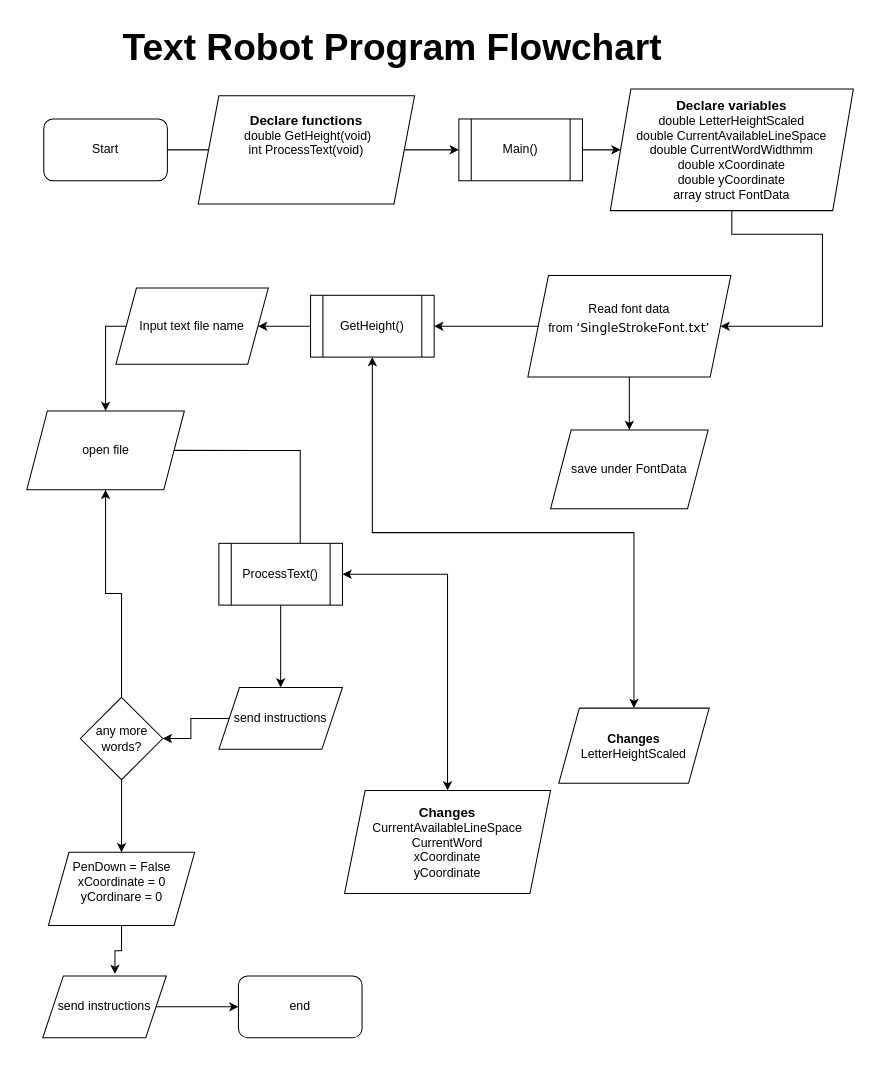
Above: page "Page-1" (1 of 3) of TextRobotFlowchart.drawio in hanifadelekan/TextRobotPlanning (draw.io), before the change. Source tidied: cells renumbered, new cells numbered last; positions are measured from the earlier drawing's top-left corner, leaving out a move shared by most shapes. Both pictures are drawn from the tidied source at 103%, with x=0, y=0 at pixel (27, 18).
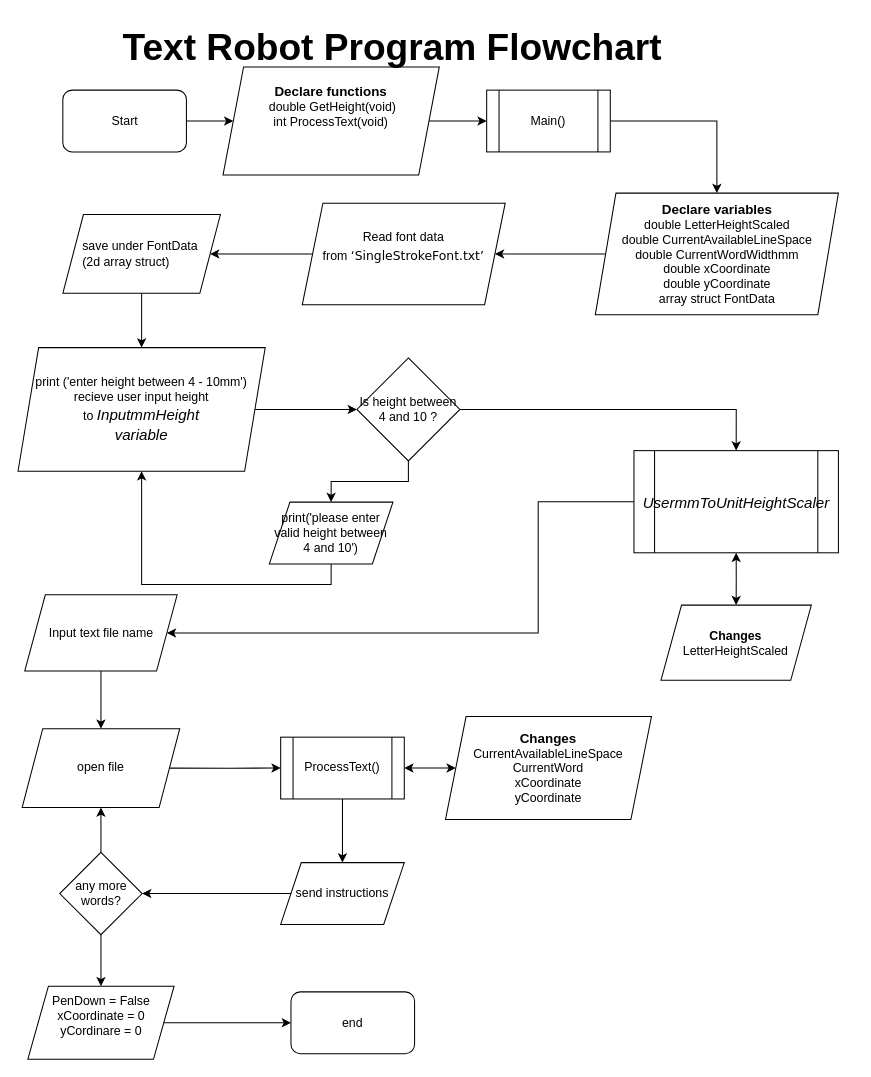
The same diagram, later.

Change to the diagram source:
```diff
@@
-    <mxCell id="2" style="edgeStyle=orthogonalEdgeStyle;rounded=0;jettySize=auto;html=1;exitX=1;exitY=0.5;exitDx=0;exitDy=0;entryX=0;entryY=0.5;entryDx=0;entryDy=0;" parent="1" edge="1" source="3">
-      <mxGeometry relative="1" as="geometry">
-        <mxPoint x="233.8" y="128" as="targetPoint" />
-      </mxGeometry>
+    <mxCell id="2" style="edgeStyle=orthogonalEdgeStyle;rounded=0;jettySize=auto;html=1;exitX=1;exitY=0.5;exitDx=0;exitDy=0;entryX=0;entryY=0.5;entryDx=0;entryDy=0;" parent="1" edge="1" source="3" target="5">
+      <mxGeometry relative="1" as="geometry" />
     </mxCell>
     <mxCell id="3" value="Start" style="rounded=1;whiteSpace=wrap;html=1;" parent="1" vertex="1">
-      <mxGeometry x="16" y="98" width="120" height="60" as="geometry" />
+      <mxGeometry x="34.5" y="70" width="120" height="60" as="geometry" />
     </mxCell>
@@
     <mxCell id="5" value="&lt;b&gt;&lt;font style=&quot;font-size: 13px;&quot;&gt;Declare functions&lt;/font&gt;&lt;/b&gt;&lt;div&gt;&amp;nbsp;double GetHeight(void)&lt;/div&gt;&lt;div&gt;int ProcessText(void)&lt;br&gt;&lt;div&gt;&lt;br&gt;&lt;/div&gt;&lt;/div&gt;&lt;div&gt;&lt;br&gt;&lt;/div&gt;" style="whiteSpace=wrap;html=1;rounded=0;shape=parallelogram;backgroundOutline=1;perimeter=parallelogramPerimeter;fixedSize=1;" parent="1" vertex="1">
-      <mxGeometry x="166" y="75.5" width="210" height="105" as="geometry" />
+      <mxGeometry x="190" y="47.5" width="210" height="105" as="geometry" />
     </mxCell>
@@
     <mxCell id="7" style="edgeStyle=orthogonalEdgeStyle;rounded=0;jettySize=auto;html=1;exitX=0;exitY=0.5;exitDx=0;exitDy=0;entryX=1;entryY=0.5;entryDx=0;entryDy=0;" parent="1" edge="1" source="8" target="24">
-      <mxGeometry relative="1" as="geometry" />
+      <mxGeometry relative="1" as="geometry">
+        <Array as="points">
+          <mxPoint x="496" y="470" />
+          <mxPoint x="496" y="597" />
+        </Array>
+      </mxGeometry>
     </mxCell>
-    <mxCell id="8" value="GetHeight()" style="shape=process;whiteSpace=wrap;html=1;backgroundOutline=1;" parent="1" vertex="1">
-      <mxGeometry x="275" y="269.2" width="120" height="60" as="geometry" />
+    <mxCell id="8" value="&lt;i style=&quot;font-size: medium; text-align: start;&quot;&gt;&lt;span style=&quot;font-size: 11pt; line-height: 16.1333px; font-family: Calibri, sans-serif;&quot;&gt;UsermmToUnitHeightScaler&lt;/span&gt;&lt;/i&gt;&lt;span style=&quot;font-size: medium; text-align: start;&quot;&gt;&lt;/span&gt;" style="shape=process;whiteSpace=wrap;html=1;backgroundOutline=1;" parent="1" vertex="1">
+      <mxGeometry x="589" y="420" width="198.5" height="99.2" as="geometry" />
     </mxCell>
-    <mxCell id="9" style="edgeStyle=orthogonalEdgeStyle;rounded=0;jettySize=auto;html=1;entryX=0.5;entryY=0;entryDx=0;entryDy=0;exitX=1;exitY=0.5;exitDx=0;exitDy=0;" parent="1" edge="1" source="20">
-      <mxGeometry relative="1" as="geometry">
-        <mxPoint x="265" y="566" as="targetPoint" />
-        <Array as="points">
-          <mxPoint x="265" y="420" />
-        </Array>
-      </mxGeometry>
-    </mxCell>
@@
-    <mxCell id="11" style="edgeStyle=orthogonalEdgeStyle;rounded=0;jettySize=auto;html=1;exitX=1;exitY=0.5;exitDx=0;exitDy=0;entryX=0.5;entryY=0;entryDx=0;entryDy=0;startArrow=classic;startFill=1;" parent="1" edge="1" source="12" target="21">
+    <mxCell id="11" style="edgeStyle=orthogonalEdgeStyle;rounded=0;jettySize=auto;html=1;exitX=1;exitY=0.5;exitDx=0;exitDy=0;entryX=0;entryY=0.5;entryDx=0;entryDy=0;startArrow=classic;startFill=1;" parent="1" edge="1" source="12" target="21">
       <mxGeometry relative="1" as="geometry" />
     </mxCell>
     <mxCell id="12" value="ProcessText()" style="shape=process;whiteSpace=wrap;html=1;backgroundOutline=1;" parent="1" vertex="1">
-      <mxGeometry x="186" y="510" width="120" height="60" as="geometry" />
+      <mxGeometry x="246" y="698.2" width="120" height="60" as="geometry" />
     </mxCell>
@@
     <mxCell id="15" value="any more words?" style="rhombus;whiteSpace=wrap;html=1;" parent="1" vertex="1">
-      <mxGeometry x="51.5" y="659.5" width="80" height="80" as="geometry" />
+      <mxGeometry x="31.5" y="810" width="80" height="80" as="geometry" />
     </mxCell>
@@
     <mxCell id="17" value="send instructions" style="shape=parallelogram;perimeter=parallelogramPerimeter;whiteSpace=wrap;html=1;fixedSize=1;" parent="1" vertex="1">
-      <mxGeometry x="186" y="650" width="120" height="60" as="geometry" />
+      <mxGeometry x="246" y="820" width="120" height="60" as="geometry" />
     </mxCell>
+    <mxCell id="37" style="edgeStyle=orthogonalEdgeStyle;rounded=0;jettySize=auto;html=1;exitX=1;exitY=0.5;exitDx=0;exitDy=0;entryX=0;entryY=0.5;entryDx=0;entryDy=0;" parent="1" edge="1" source="18" target="19">
+      <mxGeometry relative="1" as="geometry" />
+    </mxCell>
     <mxCell id="18" value="&lt;div&gt;PenDown = False&lt;br&gt;&lt;/div&gt;xCoordinate = 0&lt;div&gt;yCordinare = 0&lt;/div&gt;&lt;div&gt;&lt;br&gt;&lt;/div&gt;" style="shape=parallelogram;perimeter=parallelogramPerimeter;whiteSpace=wrap;html=1;fixedSize=1;" parent="1" vertex="1">
-      <mxGeometry x="20.5" y="810" width="142" height="71" as="geometry" />
+      <mxGeometry x="0.5" y="940" width="142" height="71" as="geometry" />
     </mxCell>
     <mxCell id="19" value="end" style="rounded=1;whiteSpace=wrap;html=1;" parent="1" vertex="1">
-      <mxGeometry x="205" y="930" width="120" height="60" as="geometry" />
+      <mxGeometry x="256" y="945.5" width="120" height="60" as="geometry" />
     </mxCell>
+    <mxCell id="38" style="edgeStyle=orthogonalEdgeStyle;rounded=0;jettySize=auto;html=1;exitX=1;exitY=0.5;exitDx=0;exitDy=0;" parent="1" edge="1" source="20" target="12">
+      <mxGeometry relative="1" as="geometry" />
+    </mxCell>
     <mxCell id="20" value="open file" style="shape=parallelogram;perimeter=parallelogramPerimeter;whiteSpace=wrap;html=1;fixedSize=1;" parent="1" vertex="1">
-      <mxGeometry x="-0.5" y="381.5" width="153" height="76.5" as="geometry" />
+      <mxGeometry x="-5" y="690" width="153" height="76.5" as="geometry" />
     </mxCell>
     <mxCell id="21" value="&lt;b&gt;&lt;font style=&quot;font-size: 13px;&quot;&gt;Changes&lt;/font&gt;&lt;/b&gt;&lt;div&gt;CurrentAvailableLineSpace&lt;/div&gt;&lt;div&gt;CurrentWord&lt;br&gt;&lt;div&gt;xCoordinate&lt;/div&gt;&lt;div&gt;yCoordinate&lt;/div&gt;&lt;/div&gt;" style="shape=parallelogram;perimeter=parallelogramPerimeter;whiteSpace=wrap;html=1;fixedSize=1;" parent="1" vertex="1">
-      <mxGeometry x="308" y="750" width="200" height="100" as="geometry" />
+      <mxGeometry x="406" y="678.2" width="200" height="100" as="geometry" />
     </mxCell>
     <mxCell id="22" value="&lt;b&gt;Changes&lt;/b&gt;&lt;div&gt;LetterHeightScaled&lt;br&gt;&lt;/div&gt;" style="shape=parallelogram;perimeter=parallelogramPerimeter;whiteSpace=wrap;html=1;fixedSize=1;" parent="1" vertex="1">
-      <mxGeometry x="516" y="670" width="146" height="73" as="geometry" />
+      <mxGeometry x="615.2" y="570" width="146" height="73" as="geometry" />
     </mxCell>
-    <mxCell id="23" style="edgeStyle=orthogonalEdgeStyle;rounded=0;jettySize=auto;html=1;exitX=0;exitY=0.5;exitDx=0;exitDy=0;entryX=0.5;entryY=0;entryDx=0;entryDy=0;" parent="1" edge="1" source="24" target="20">
-      <mxGeometry relative="1" as="geometry">
-        <Array as="points">
-          <mxPoint x="76" y="299" />
-        </Array>
-      </mxGeometry>
+    <mxCell id="23" style="edgeStyle=orthogonalEdgeStyle;rounded=0;jettySize=auto;html=1;exitX=0.5;exitY=1;exitDx=0;exitDy=0;entryX=0.5;entryY=0;entryDx=0;entryDy=0;" parent="1" edge="1" source="24" target="20">
+      <mxGeometry relative="1" as="geometry" />
     </mxCell>
     <mxCell id="24" value="Input text file name" style="shape=parallelogram;perimeter=parallelogramPerimeter;whiteSpace=wrap;html=1;fixedSize=1;" parent="1" vertex="1">
-      <mxGeometry x="86" y="262.2" width="148" height="74" as="geometry" />
+      <mxGeometry x="-2.5" y="560" width="148" height="74" as="geometry" />
     </mxCell>
@@
-    <mxCell id="26" style="edgeStyle=orthogonalEdgeStyle;rounded=0;jettySize=auto;html=1;exitX=1;exitY=0.5;exitDx=0;exitDy=0;entryX=0;entryY=0.5;entryDx=0;entryDy=0;" parent="1" edge="1" source="27" target="29">
+    <mxCell id="26" style="edgeStyle=orthogonalEdgeStyle;rounded=0;jettySize=auto;html=1;exitX=1;exitY=0.5;exitDx=0;exitDy=0;entryX=0.5;entryY=0;entryDx=0;entryDy=0;" parent="1" edge="1" source="27" target="29">
       <mxGeometry relative="1" as="geometry" />
     </mxCell>
     <mxCell id="27" value="Main()" style="rounded=0;whiteSpace=wrap;html=1;shape=process;backgroundOutline=1;" parent="1" vertex="1">
-      <mxGeometry x="419" y="98" width="120" height="60" as="geometry" />
+      <mxGeometry x="446" y="70" width="120" height="60" as="geometry" />
     </mxCell>
-    <mxCell id="28" style="edgeStyle=orthogonalEdgeStyle;rounded=0;jettySize=auto;html=1;exitX=0.5;exitY=1;exitDx=0;exitDy=0;entryX=1;entryY=0.5;entryDx=0;entryDy=0;" parent="1" edge="1" source="29" target="35">
-      <mxGeometry relative="1" as="geometry">
-        <Array as="points">
-          <mxPoint x="684" y="210" />
-          <mxPoint x="772" y="210" />
-          <mxPoint x="772" y="299" />
-        </Array>
-      </mxGeometry>
+    <mxCell id="28" style="edgeStyle=orthogonalEdgeStyle;rounded=0;jettySize=auto;html=1;exitX=0;exitY=0.5;exitDx=0;exitDy=0;entryX=1;entryY=0.5;entryDx=0;entryDy=0;" parent="1" edge="1" source="29" target="35">
+      <mxGeometry relative="1" as="geometry" />
     </mxCell>
     <mxCell id="29" value="&lt;b&gt;&lt;font style=&quot;font-size: 13px;&quot;&gt;Declare variables&lt;/font&gt;&lt;/b&gt;&lt;div&gt;double LetterHeightScaled&lt;/div&gt;&lt;div&gt;double CurrentAvailableLineSpace&lt;/div&gt;&lt;div&gt;double CurrentWordWidthmm&lt;/div&gt;&lt;div&gt;double xCoordinate&lt;/div&gt;&lt;div&gt;double yCoordinate&lt;/div&gt;&lt;div&gt;array struct FontData&lt;/div&gt;" style="shape=parallelogram;perimeter=parallelogramPerimeter;whiteSpace=wrap;html=1;fixedSize=1;rounded=0;" parent="1" vertex="1">
-      <mxGeometry x="566" y="69" width="236" height="118" as="geometry" />
+      <mxGeometry x="551.5" y="170" width="236" height="118" as="geometry" />
     </mxCell>
-    <mxCell id="30" style="edgeStyle=orthogonalEdgeStyle;rounded=0;jettySize=auto;html=1;exitX=1;exitY=0.5;exitDx=0;exitDy=0;" parent="1" edge="1" source="31" target="19">
-      <mxGeometry relative="1" as="geometry" />
-    </mxCell>
-    <mxCell id="31" value="send instructions" style="shape=parallelogram;perimeter=parallelogramPerimeter;whiteSpace=wrap;html=1;fixedSize=1;" parent="1" vertex="1">
-      <mxGeometry x="15" y="930" width="120" height="60" as="geometry" />
-    </mxCell>
-    <mxCell id="32" style="edgeStyle=orthogonalEdgeStyle;rounded=0;jettySize=auto;html=1;exitX=0.5;exitY=1;exitDx=0;exitDy=0;entryX=0.584;entryY=-0.031;entryDx=0;entryDy=0;entryPerimeter=0;" parent="1" edge="1" source="18" target="31">
-      <mxGeometry relative="1" as="geometry" />
-    </mxCell>
-    <mxCell id="33" style="edgeStyle=orthogonalEdgeStyle;rounded=0;jettySize=auto;html=1;startArrow=none;startFill=0;" parent="1" edge="1" source="35" target="36">
+    <mxCell id="33" style="edgeStyle=orthogonalEdgeStyle;rounded=0;jettySize=auto;html=1;startArrow=none;startFill=0;entryX=1;entryY=0.5;entryDx=0;entryDy=0;" parent="1" edge="1" source="35" target="36">
       <mxGeometry relative="1" as="geometry" />
     </mxCell>
-    <mxCell id="34" style="edgeStyle=orthogonalEdgeStyle;rounded=0;jettySize=auto;html=1;exitX=0;exitY=0.5;exitDx=0;exitDy=0;entryX=1;entryY=0.5;entryDx=0;entryDy=0;" parent="1" edge="1" source="35" target="8">
-      <mxGeometry relative="1" as="geometry" />
-    </mxCell>
     <mxCell id="35" value="Read font data from&amp;nbsp;&lt;span style=&quot;text-align: start; line-height: 14.2667px; font-family: Verdana, sans-serif;&quot;&gt;&lt;font&gt;‘SingleStrokeFont.txt’&lt;/font&gt;&lt;/span&gt;&lt;span style=&quot;font-size: medium; text-align: start;&quot;&gt;&lt;/span&gt;&lt;div style=&quot;text-align: start;&quot;&gt;&lt;br&gt;&lt;/div&gt;" style="shape=parallelogram;perimeter=parallelogramPerimeter;whiteSpace=wrap;html=1;fixedSize=1;" parent="1" vertex="1">
-      <mxGeometry x="486" y="250" width="197" height="98.5" as="geometry" />
+      <mxGeometry x="267" y="179.8" width="197" height="98.5" as="geometry" />
     </mxCell>
+    <mxCell id="39" style="edgeStyle=orthogonalEdgeStyle;rounded=0;jettySize=auto;html=1;exitX=0.5;exitY=1;exitDx=0;exitDy=0;entryX=0.5;entryY=0;entryDx=0;entryDy=0;" parent="1" edge="1" source="36" target="41">
+      <mxGeometry relative="1" as="geometry" />
+    </mxCell>
-    <mxCell id="36" value="&lt;div style=&quot;text-align: start;&quot;&gt;save under FontData&lt;/div&gt;" style="shape=parallelogram;perimeter=parallelogramPerimeter;whiteSpace=wrap;html=1;fixedSize=1;" parent="1" vertex="1">
-      <mxGeometry x="508" y="400" width="153" height="76.5" as="geometry" />
+    <mxCell id="36" value="&lt;div style=&quot;text-align: start;&quot;&gt;save under FontData&amp;nbsp;&lt;/div&gt;&lt;div style=&quot;text-align: start;&quot;&gt;(2d array struct)&lt;/div&gt;" style="shape=parallelogram;perimeter=parallelogramPerimeter;whiteSpace=wrap;html=1;fixedSize=1;" parent="1" vertex="1">
+      <mxGeometry x="34.5" y="190.8" width="153" height="76.5" as="geometry" />
     </mxCell>
+    <mxCell id="40" style="edgeStyle=orthogonalEdgeStyle;rounded=0;jettySize=auto;html=1;exitX=1;exitY=0.5;exitDx=0;exitDy=0;entryX=0;entryY=0.5;entryDx=0;entryDy=0;" parent="1" edge="1" source="41" target="44">
+      <mxGeometry relative="1" as="geometry" />
+    </mxCell>
+    <mxCell id="41" value="print ('enter height between 4 - 10mm')&lt;div&gt;recieve user input height to&amp;nbsp;&lt;i style=&quot;background-color: initial; font-size: medium; text-align: start;&quot;&gt;&lt;span style=&quot;font-size: 11pt; line-height: 16.1333px; font-family: Calibri, sans-serif;&quot;&gt;InputmmHeight&lt;/span&gt;&lt;/i&gt;&lt;/div&gt;&lt;div&gt;&lt;i style=&quot;background-color: initial; font-size: medium; text-align: start;&quot;&gt;&lt;span style=&quot;font-size: 11pt; line-height: 16.1333px; font-family: Calibri, sans-serif;&quot;&gt;variable&lt;/span&gt;&lt;/i&gt;&lt;/div&gt;&lt;span style=&quot;font-size: medium; text-align: start;&quot;&gt;&lt;/span&gt;" style="shape=parallelogram;perimeter=parallelogramPerimeter;whiteSpace=wrap;html=1;fixedSize=1;" parent="1" vertex="1">
+      <mxGeometry x="-9" y="320" width="240" height="120" as="geometry" />
+    </mxCell>
+    <mxCell id="42" style="edgeStyle=orthogonalEdgeStyle;rounded=0;jettySize=auto;html=1;exitX=0.5;exitY=1;exitDx=0;exitDy=0;entryX=0.5;entryY=0;entryDx=0;entryDy=0;" parent="1" edge="1" source="44" target="46">
+      <mxGeometry relative="1" as="geometry" />
+    </mxCell>
+    <mxCell id="43" style="edgeStyle=orthogonalEdgeStyle;rounded=0;jettySize=auto;html=1;exitX=1;exitY=0.5;exitDx=0;exitDy=0;entryX=0.5;entryY=0;entryDx=0;entryDy=0;" parent="1" edge="1" source="44" target="8">
+      <mxGeometry relative="1" as="geometry" />
+    </mxCell>
+    <mxCell id="44" value="Is height between 4 and 10 ?" style="rhombus;whiteSpace=wrap;html=1;" parent="1" vertex="1">
+      <mxGeometry x="320" y="330" width="100" height="100" as="geometry" />
+    </mxCell>
+    <mxCell id="45" style="edgeStyle=orthogonalEdgeStyle;rounded=0;jettySize=auto;html=1;exitX=0.5;exitY=1;exitDx=0;exitDy=0;entryX=0.5;entryY=1;entryDx=0;entryDy=0;" parent="1" edge="1" source="46" target="41">
+      <mxGeometry relative="1" as="geometry" />
+    </mxCell>
+    <mxCell id="46" value="print('please enter valid height between 4 and 10')" style="shape=parallelogram;perimeter=parallelogramPerimeter;whiteSpace=wrap;html=1;fixedSize=1;" parent="1" vertex="1">
+      <mxGeometry x="235" y="470" width="120" height="60" as="geometry" />
+    </mxCell>
```
